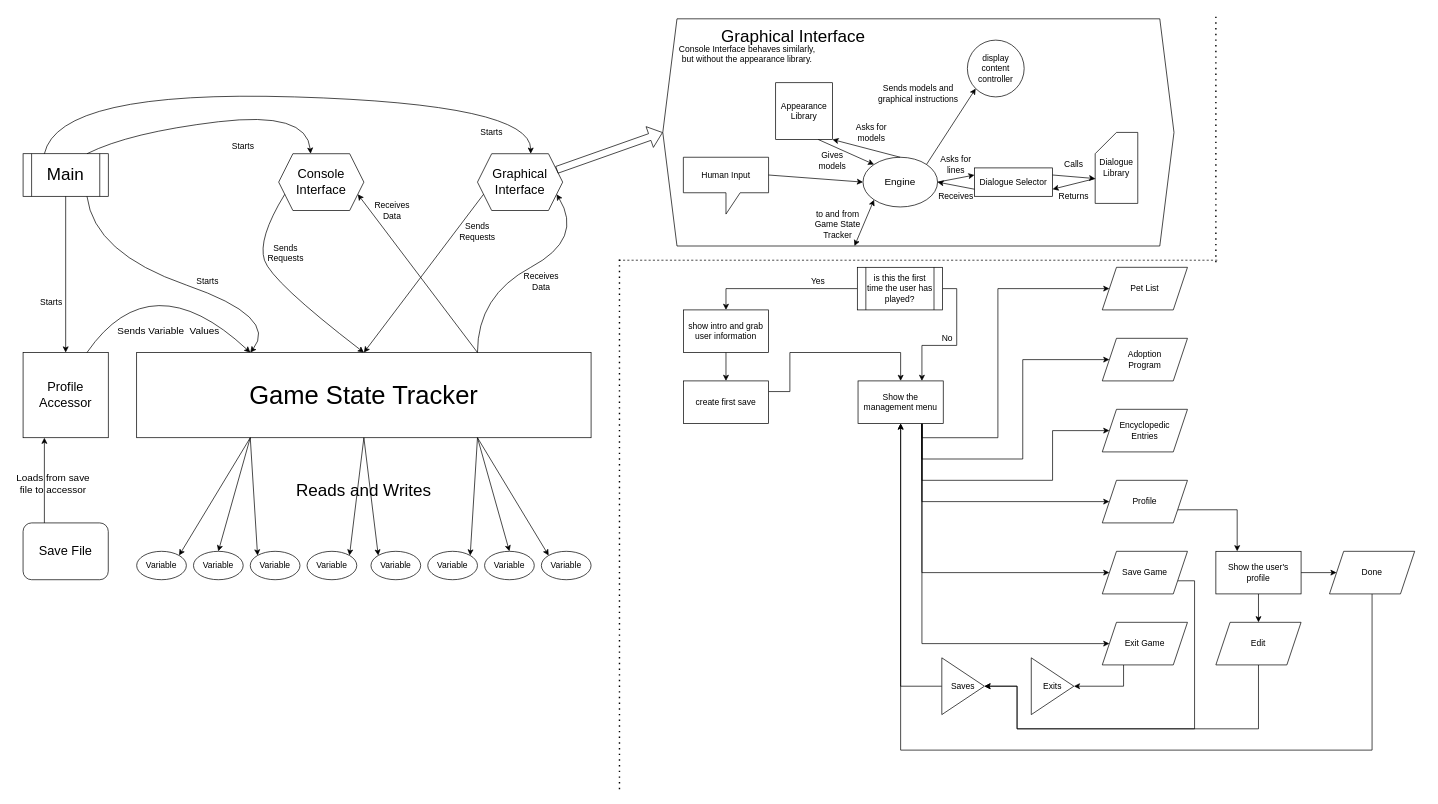
Before: design.drawio in TheCanterlonian/petsim, a draw.io diagram. Source tidied: cells renumbered, new cells numbered last; positions are measured from the earlier drawing's top-left corner, leaving out a move shared by most shapes. Both pictures are drawn from the tidied source at 71%, with x=0, y=0 at pixel (12, 15).
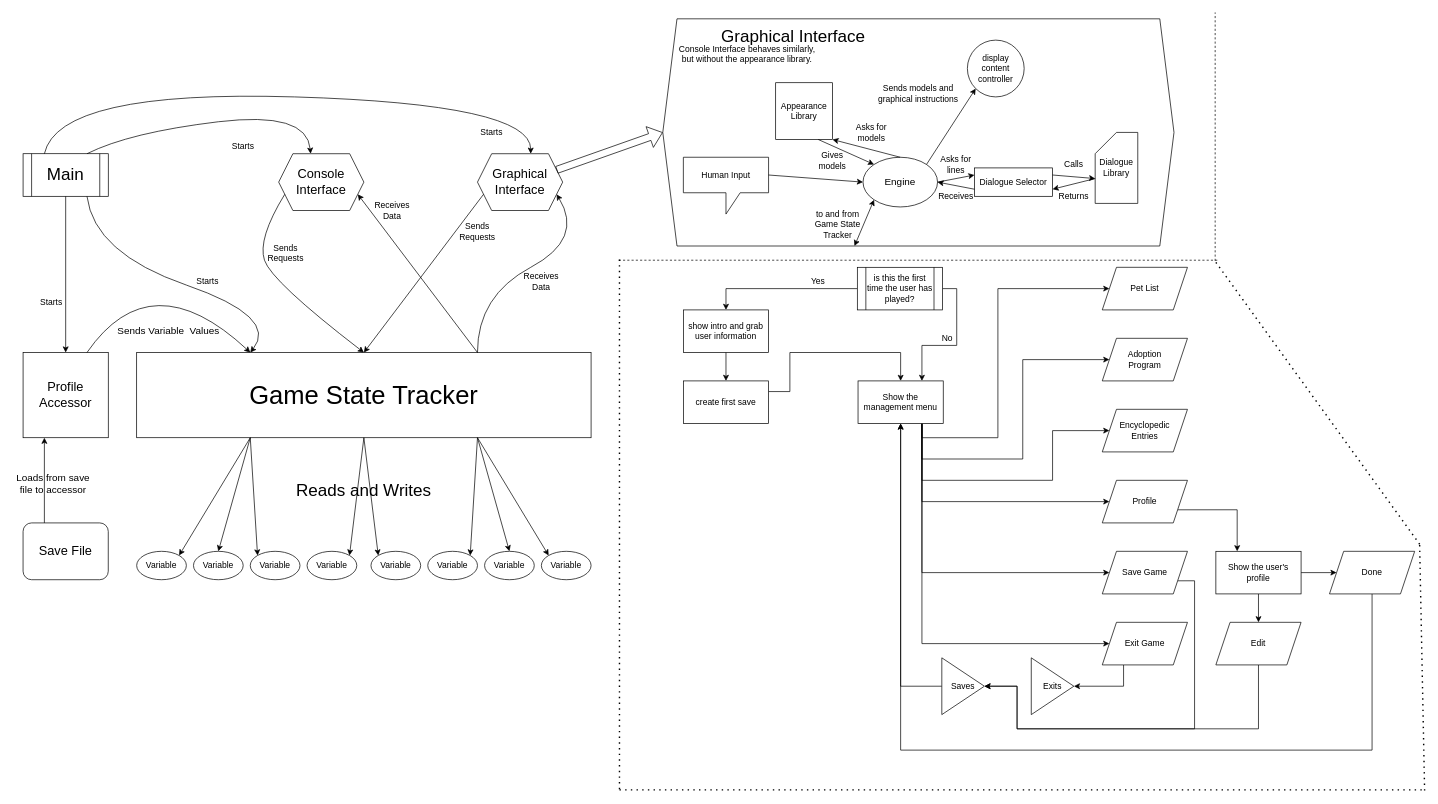
The same page after the edit.

Change to the diagram source:
```diff
@@
     <mxCell id="99" style="endArrow=none;dashed=1;html=1;dashPattern=1 3;strokeWidth=2;" parent="1" edge="1">
       <mxGeometry relative="1" as="geometry">
         <mxPoint x="1695" y="348" as="sourcePoint" />
-        <mxPoint x="1695" as="targetPoint" />
+        <mxPoint x="1982" y="745" as="targetPoint" />
       </mxGeometry>
     </mxCell>
@@
+    <mxCell id="110" style="endArrow=none;dashed=1;html=1;dashPattern=1 3;strokeWidth=2;" parent="1" edge="1">
+      <mxGeometry relative="1" as="geometry">
+        <mxPoint x="1989" y="1092" as="sourcePoint" />
+        <mxPoint x="1982" y="746" as="targetPoint" />
+      </mxGeometry>
+    </mxCell>
+    <mxCell id="111" style="endArrow=none;dashed=1;html=1;dashPattern=1 3;strokeWidth=2;" parent="1" edge="1">
+      <mxGeometry relative="1" as="geometry">
+        <mxPoint x="855" y="1091" as="sourcePoint" />
+        <mxPoint x="1987" y="1091" as="targetPoint" />
+      </mxGeometry>
+    </mxCell>
+    <mxCell id="112" style="endArrow=none;dashed=1;html=1;" parent="1" edge="1">
+      <mxGeometry relative="1" as="geometry">
+        <mxPoint x="1694" y="346" as="sourcePoint" />
+        <mxPoint x="1694" y="-4" as="targetPoint" />
+      </mxGeometry>
+    </mxCell>
```
